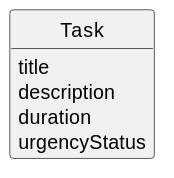
The PlantUML diagram docs/sprintC/us028/02.analysis/svg/us028-domain-model.svg in ricardomm7/leaflink, before a commit.
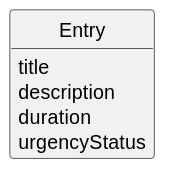
Above is the later version.

Change to the diagram source:
```diff
@@ -9,7 +9,7 @@
 hide methods
 
 
-class Task
+class Entry
  {
     title
     description
```
